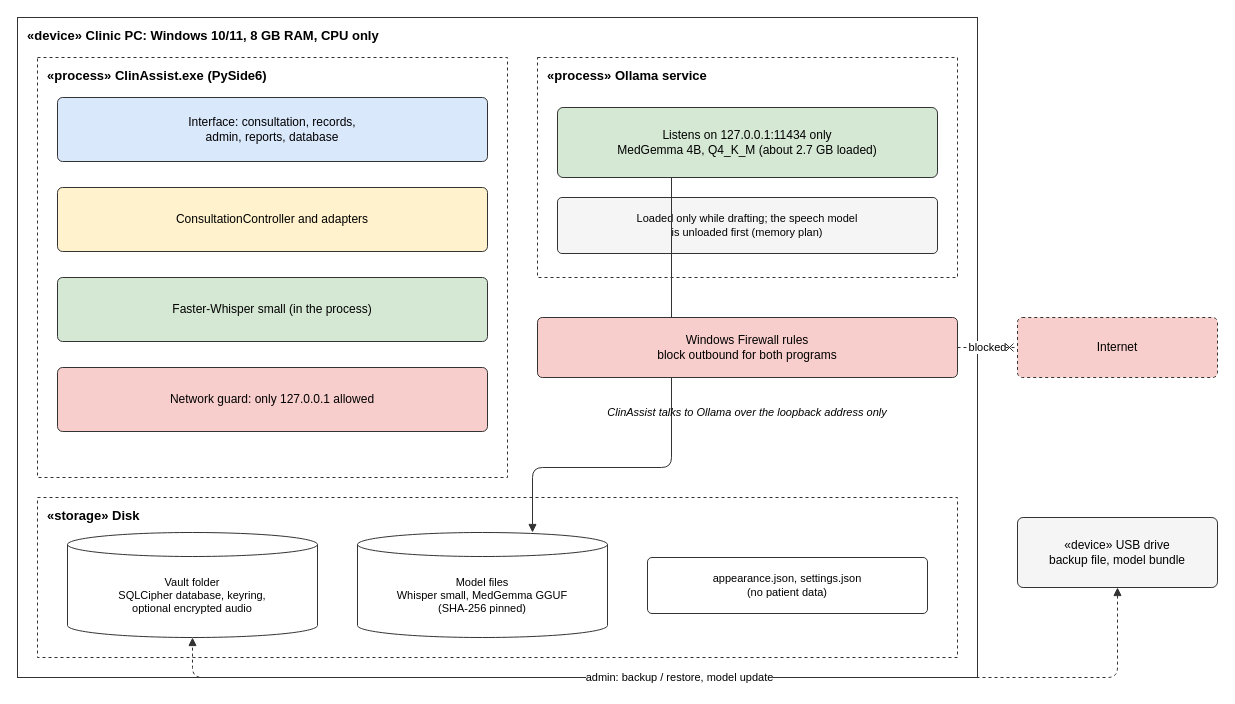
kinuthia-mark/Offline-Desktop-Based-Medical-Professional-Clinical-Consultation-Assistant- keeps this draw.io diagram as docs/design/fig-4-5-deployment.drawio. Above is the earlier version. Source tidied: cells renumbered, new cells numbered last; positions are measured from the earlier drawing's top-left corner, leaving out a move shared by most shapes. Both pictures are drawn from the tidied source at 100%, with x=0, y=0 at pixel (17, 17).
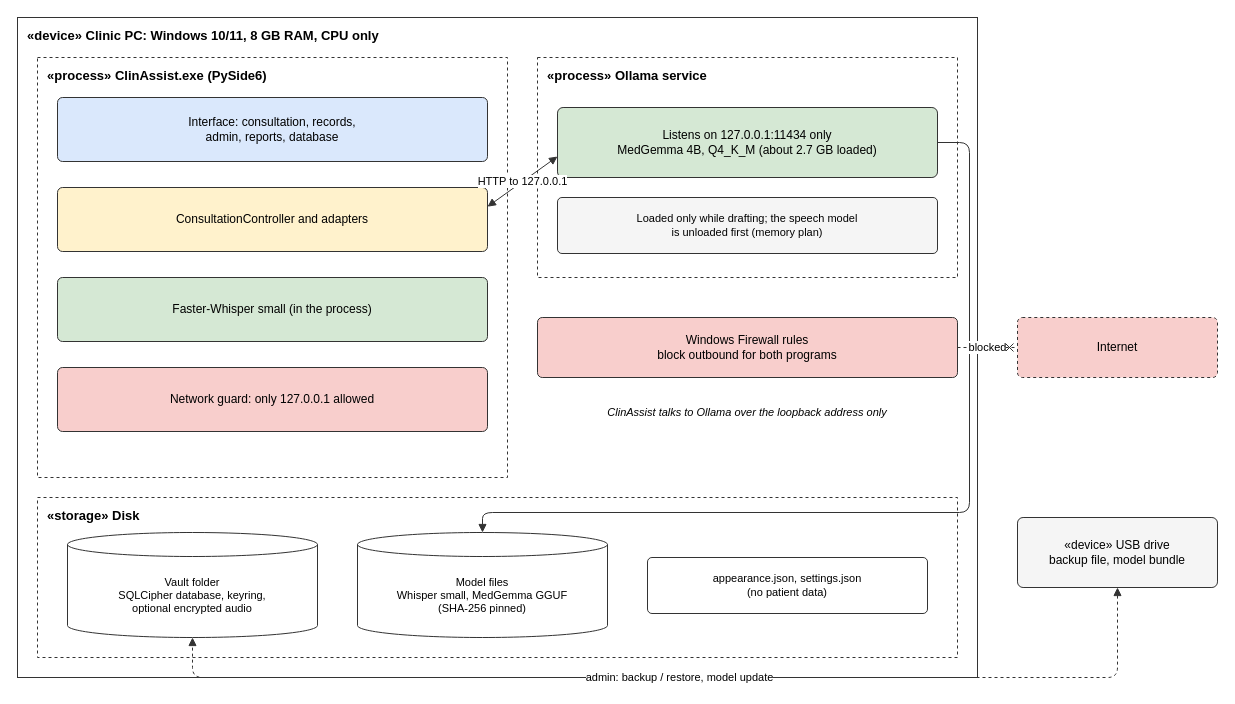
The same diagram, later.

Commit message:
docs(design): figure 4.5 shows the loopback call and routes the model line clear

The change refers to these unchanged cells:
```xml
<mxCell id="5" value="ConsultationController and adapters" style="rounded=1;whiteSpace=wrap;html=1;fillColor=#fff2cc;strokeColor=#333333;fontFamily=Helvetica;fontSize=12;align=center;verticalAlign=middle;arcSize=8;" parent="1" vertex="1">
  <mxGeometry x="40" y="170" width="430" height="64" as="geometry" />
</mxCell>
<mxCell id="9" value="Listens on 127.0.0.1:11434 only&#10;MedGemma 4B, Q4_K_M (about 2.7 GB loaded)" style="rounded=1;whiteSpace=wrap;html=1;fillColor=#d5e8d4;strokeColor=#333333;fontFamily=Helvetica;fontSize=12;align=center;verticalAlign=middle;arcSize=8;" parent="1" vertex="1">
  <mxGeometry x="540" y="90" width="380" height="70" as="geometry" />
</mxCell>
<mxCell id="12" value="Vault folder&#10;SQLCipher database, keyring,&#10;optional encrypted audio" style="shape=cylinder3;whiteSpace=wrap;html=1;boundedLbl=1;size=12;fillColor=#ffffff;strokeColor=#333333;fontFamily=Helvetica;fontSize=11;" parent="1" vertex="1">
  <mxGeometry x="50" y="515" width="250" height="105" as="geometry" />
</mxCell>
<mxCell id="13" value="Model files&#10;Whisper small, MedGemma GGUF&#10;(SHA-256 pinned)" style="shape=cylinder3;whiteSpace=wrap;html=1;boundedLbl=1;size=12;fillColor=#ffffff;strokeColor=#333333;fontFamily=Helvetica;fontSize=11;" parent="1" vertex="1">
  <mxGeometry x="340" y="515" width="250" height="105" as="geometry" />
</mxCell>
```

What changed in the source:
```diff
@@
-    <mxCell id="15" style="html=1;strokeColor=#333333;fontFamily=Helvetica;fontSize=11;endArrow=block;endFill=1;startArrow=none;startFill=1;labelBackgroundColor=#ffffff;exitX=0.3;exitY=1;exitDx=0;exitDy=0;entryX=0.7;entryY=0;entryDx=0;entryDy=0;" parent="1" edge="1" source="9" target="13">
+    <mxCell id="15" style="html=1;strokeColor=#333333;fontFamily=Helvetica;fontSize=11;endArrow=block;endFill=1;startArrow=none;startFill=1;labelBackgroundColor=#ffffff;exitX=1;exitY=0.5;exitDx=0;exitDy=0;entryX=0.5;entryY=0;entryDx=0;entryDy=0;" parent="1" edge="1" source="9" target="13">
       <mxGeometry relative="1" as="geometry">
         <Array as="points">
-          <mxPoint x="654" y="450" />
-          <mxPoint x="515" y="450" />
+          <mxPoint x="952" y="125" />
+          <mxPoint x="952" y="495" />
+          <mxPoint x="465" y="495" />
         </Array>
       </mxGeometry>
     </mxCell>
-    <mxCell id="16" value="Windows Firewall rules&#10;block outbound for both programs" style="rounded=1;whiteSpace=wrap;html=1;fillColor=#f8cecc;strokeColor=#333333;fontFamily=Helvetica;fontSize=12;align=center;verticalAlign=middle;arcSize=8;" parent="1" vertex="1">
-      <mxGeometry x="520" y="300" width="420" height="60" as="geometry" />
+    <mxCell id="16" value="HTTP to 127.0.0.1" style="html=1;strokeColor=#333333;fontFamily=Helvetica;fontSize=11;endArrow=block;endFill=1;startArrow=block;startFill=1;labelBackgroundColor=#ffffff;exitX=1;exitY=0.3;exitDx=0;exitDy=0;entryX=0;entryY=0.7;entryDx=0;entryDy=0;" parent="1" edge="1" source="5" target="9">
+      <mxGeometry relative="1" as="geometry" />
     </mxCell>
-    <mxCell id="17" value="ClinAssist talks to Ollama over the loopback address only" style="text;html=1;whiteSpace=wrap;fontFamily=Helvetica;fontSize=11;align=center;verticalAlign=middle;fontColor=#000000;fontStyle=2;" parent="1" vertex="1">
-      <mxGeometry x="520" y="380" width="420" height="30" as="geometry" />
+    <mxCell id="17" value="Windows Firewall rules&#10;block outbound for both programs" style="rounded=1;whiteSpace=wrap;html=1;fillColor=#f8cecc;strokeColor=#333333;fontFamily=Helvetica;fontSize=12;align=center;verticalAlign=middle;arcSize=8;" parent="1" vertex="1">
+      <mxGeometry x="520" y="300" width="420" height="60" as="geometry" />
     </mxCell>
-    <mxCell id="18" value="«device» USB drive&#10;backup file, model bundle" style="rounded=1;whiteSpace=wrap;html=1;fillColor=#f5f5f5;strokeColor=#333333;fontFamily=Helvetica;fontSize=12;align=center;verticalAlign=middle;arcSize=8;" parent="1" vertex="1">
-      <mxGeometry x="1000" y="500" width="200" height="70" as="geometry" />
+    <mxCell id="18" value="ClinAssist talks to Ollama over the loopback address only" style="text;html=1;whiteSpace=wrap;fontFamily=Helvetica;fontSize=11;align=center;verticalAlign=middle;fontColor=#000000;fontStyle=2;" parent="1" vertex="1">
+      <mxGeometry x="520" y="380" width="420" height="30" as="geometry" />
     </mxCell>
-    <mxCell id="19" value="Internet" style="rounded=1;whiteSpace=wrap;html=1;fillColor=#f8cecc;strokeColor=#333333;fontFamily=Helvetica;fontSize=12;align=center;verticalAlign=middle;dashed=1;arcSize=8;" parent="1" vertex="1">
-      <mxGeometry x="1000" y="300" width="200" height="60" as="geometry" />
+    <mxCell id="19" value="«device» USB drive&#10;backup file, model bundle" style="rounded=1;whiteSpace=wrap;html=1;fillColor=#f5f5f5;strokeColor=#333333;fontFamily=Helvetica;fontSize=12;align=center;verticalAlign=middle;arcSize=8;" parent="1" vertex="1">
+      <mxGeometry x="1000" y="500" width="200" height="70" as="geometry" />
     </mxCell>
-    <mxCell id="20" value="blocked" style="html=1;strokeColor=#333333;fontFamily=Helvetica;fontSize=11;endArrow=cross;endFill=0;startArrow=none;startFill=1;dashed=1;labelBackgroundColor=#ffffff;" parent="1" edge="1" source="16" target="19">
-      <mxGeometry relative="1" as="geometry" />
+    <mxCell id="20" value="Internet" style="rounded=1;whiteSpace=wrap;html=1;fillColor=#f8cecc;strokeColor=#333333;fontFamily=Helvetica;fontSize=12;align=center;verticalAlign=middle;dashed=1;arcSize=8;" parent="1" vertex="1">
+      <mxGeometry x="1000" y="300" width="200" height="60" as="geometry" />
     </mxCell>
-    <mxCell id="21" value="admin: backup / restore, model update" style="html=1;strokeColor=#333333;fontFamily=Helvetica;fontSize=11;endArrow=block;endFill=1;startArrow=block;startFill=1;dashed=1;labelBackgroundColor=#ffffff;exitX=0.5;exitY=1;exitDx=0;exitDy=0;entryX=0.5;entryY=1;entryDx=0;entryDy=0;" parent="1" edge="1" source="18" target="12">
-      <mxGeometry relative="1" as="geometry">
-        <Array as="points">
-          <mxPoint x="1100" y="660" />
-          <mxPoint x="175" y="660" />
-        </Array>
-      </mxGeometry>
+    <mxCell id="21" value="blocked" style="html=1;strokeColor=#333333;fontFamily=Helvetica;fontSize=11;endArrow=cross;endFill=0;startArrow=none;startFill=1;dashed=1;labelBackgroundColor=#ffffff;" parent="1" edge="1" source="17" target="20">
+      <mxGeometry relative="1" as="geometry" />
     </mxCell>
+    <mxCell id="22" value="admin: backup / restore, model update" style="html=1;strokeColor=#333333;fontFamily=Helvetica;fontSize=11;endArrow=block;endFill=1;startArrow=block;startFill=1;dashed=1;labelBackgroundColor=#ffffff;exitX=0.5;exitY=1;exitDx=0;exitDy=0;entryX=0.5;entryY=1;entryDx=0;entryDy=0;" parent="1" edge="1" source="19" target="12">
+      <mxGeometry relative="1" as="geometry">
+        <Array as="points">
+          <mxPoint x="1100" y="660" />
+          <mxPoint x="175" y="660" />
+        </Array>
+      </mxGeometry>
+    </mxCell>
```
